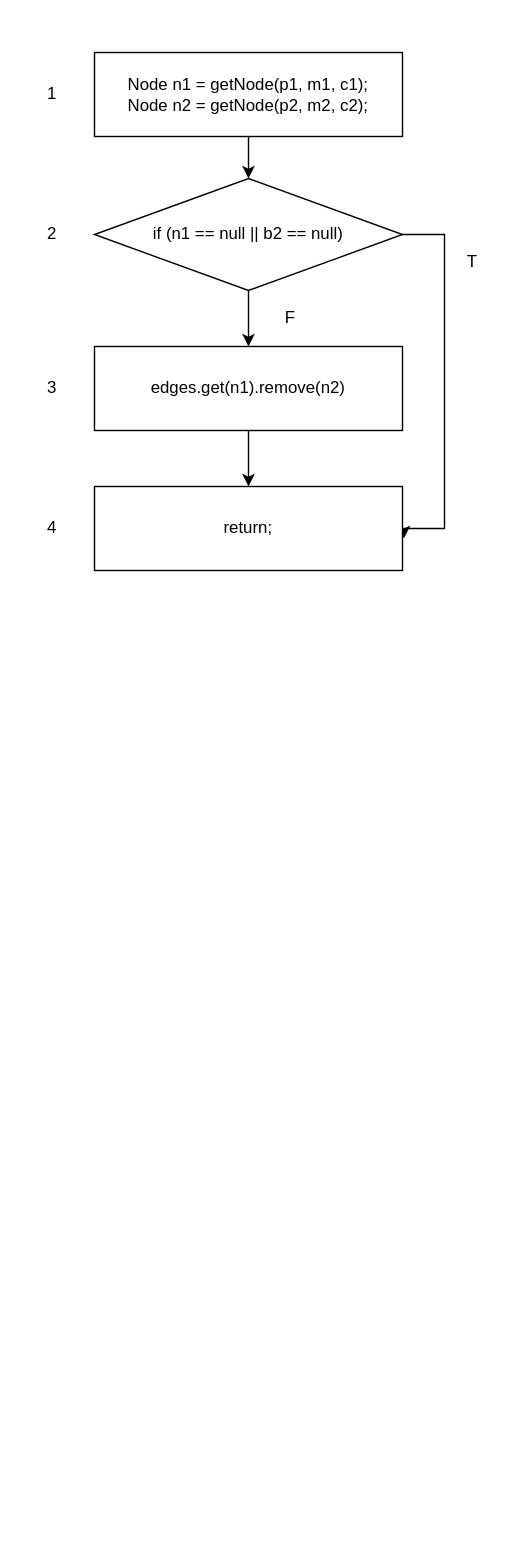
The draw.io diagram page "deleteEdge" (4 of 6) of proj1-skeleton/flowcharts/proj1.drawio in luke-jiang/CS_510, before the edit. Source tidied: cells renumbered, new cells numbered last; positions are measured from the earlier drawing's top-left corner, leaving out a move shared by most shapes. Both pictures are drawn from the tidied source at 140%, with x=0, y=0 at pixel (24, 52).
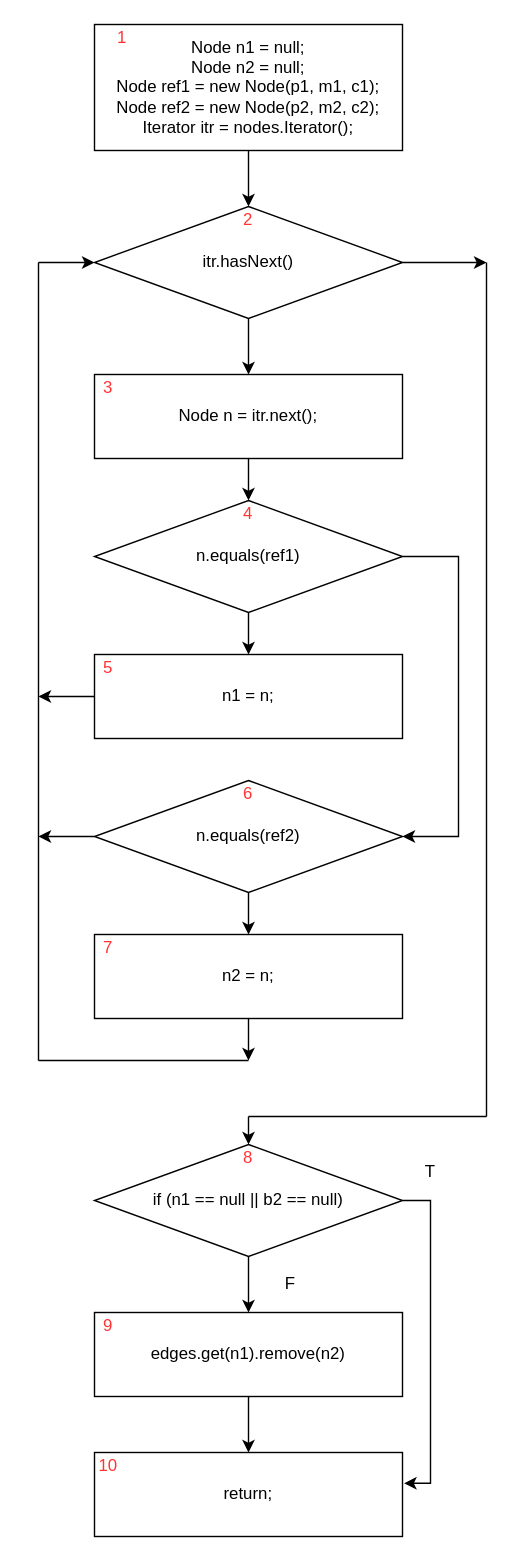
After the change.

What changed in the source:
```diff
@@
-    <mxCell id="2" style="edgeStyle=orthogonalEdgeStyle;rounded=0;jettySize=auto;html=1;exitX=0.5;exitY=1;exitDx=0;exitDy=0;entryX=0.5;entryY=0;entryDx=0;entryDy=0;" parent="1" edge="1" source="3" target="6">
-      <mxGeometry relative="1" as="geometry" />
+    <mxCell id="2" style="edgeStyle=orthogonalEdgeStyle;rounded=0;jettySize=auto;html=1;entryX=0.5;entryY=0;entryDx=0;entryDy=0;" parent="1" edge="1" target="6">
+      <mxGeometry relative="1" as="geometry">
+        <mxPoint x="160" y="760" as="sourcePoint" />
+      </mxGeometry>
     </mxCell>
-    <mxCell id="3" value="Node n1 = getNode(p1, m1, c1);&lt;br&gt;Node n2 = getNode(p2, m2, c2);" style="rounded=0;whiteSpace=wrap;html=1;" parent="1" vertex="1">
-      <mxGeometry x="50" width="220" height="60" as="geometry" />
-    </mxCell>
+    <mxCell id="5" style="edgeStyle=orthogonalEdgeStyle;rounded=0;jettySize=auto;html=1;exitX=0.5;exitY=1;exitDx=0;exitDy=0;entryX=0.5;entryY=0;entryDx=0;entryDy=0;" parent="1" edge="1" source="6" target="8">
+      <mxGeometry relative="1" as="geometry" />
+    </mxCell>
-    <mxCell id="4" style="edgeStyle=orthogonalEdgeStyle;rounded=0;jettySize=auto;html=1;exitX=1;exitY=0.5;exitDx=0;exitDy=0;entryX=1.005;entryY=0.617;entryDx=0;entryDy=0;entryPerimeter=0;" parent="1" edge="1" source="6" target="9">
+    <mxCell id="4" style="edgeStyle=orthogonalEdgeStyle;rounded=0;jettySize=auto;html=1;entryX=1.005;entryY=0.367;entryDx=0;entryDy=0;entryPerimeter=0;fontColor=#000000;" parent="1" edge="1" source="6" target="9">
       <mxGeometry relative="1" as="geometry">
         <Array as="points">
-          <mxPoint x="300" y="130" />
-          <mxPoint x="300" y="340" />
-          <mxPoint x="271" y="340" />
+          <mxPoint x="290" y="820" />
+          <mxPoint x="290" y="1022" />
         </Array>
       </mxGeometry>
     </mxCell>
-    <mxCell id="5" style="edgeStyle=orthogonalEdgeStyle;rounded=0;jettySize=auto;html=1;exitX=0.5;exitY=1;exitDx=0;exitDy=0;entryX=0.5;entryY=0;entryDx=0;entryDy=0;" parent="1" edge="1" source="6" target="8">
-      <mxGeometry relative="1" as="geometry" />
-    </mxCell>
     <mxCell id="6" value="if (n1 == null || b2 == null)" style="rhombus;whiteSpace=wrap;html=1;" parent="1" vertex="1">
-      <mxGeometry x="50" y="90" width="220" height="80" as="geometry" />
+      <mxGeometry x="50" y="780" width="220" height="80" as="geometry" />
     </mxCell>
@@
     <mxCell id="8" value="edges.get(n1).remove(n2)" style="rounded=0;whiteSpace=wrap;html=1;" parent="1" vertex="1">
-      <mxGeometry x="50" y="210" width="220" height="60" as="geometry" />
+      <mxGeometry x="50" y="900" width="220" height="60" as="geometry" />
     </mxCell>
     <mxCell id="9" value="return;" style="rounded=0;whiteSpace=wrap;html=1;" parent="1" vertex="1">
-      <mxGeometry x="50" y="310" width="220" height="60" as="geometry" />
+      <mxGeometry x="50" y="1000" width="220" height="60" as="geometry" />
     </mxCell>
+    <mxCell id="14" value="T" style="text;html=1;strokeColor=none;fillColor=none;align=center;verticalAlign=middle;whiteSpace=wrap;rounded=0;" parent="1" vertex="1">
+      <mxGeometry x="270" y="790" width="40" height="20" as="geometry" />
+    </mxCell>
+    <mxCell id="15" value="F" style="text;html=1;strokeColor=none;fillColor=none;align=center;verticalAlign=middle;whiteSpace=wrap;rounded=0;" parent="1" vertex="1">
+      <mxGeometry x="170" y="870" width="40" height="20" as="geometry" />
+    </mxCell>
+    <mxCell id="16" style="edgeStyle=orthogonalEdgeStyle;rounded=0;jettySize=auto;html=1;entryX=0.5;entryY=0;entryDx=0;entryDy=0;fontColor=#000000;" parent="1" edge="1" source="17" target="20">
+      <mxGeometry relative="1" as="geometry" />
+    </mxCell>
+    <mxCell id="17" value="Node n1 = null;&lt;br&gt;Node n2 = null;&lt;br&gt;Node ref1 = new Node(p1, m1, c1);&lt;br&gt;Node ref2 = new Node(p2, m2, c2);&lt;br&gt;Iterator itr = nodes.Iterator();" style="rounded=0;whiteSpace=wrap;html=1;fontColor=#000000;" parent="1" vertex="1">
+      <mxGeometry x="50" y="-20" width="220" height="90" as="geometry" />
+    </mxCell>
+    <mxCell id="18" style="edgeStyle=orthogonalEdgeStyle;rounded=0;jettySize=auto;html=1;fontColor=#000000;" parent="1" edge="1" source="20" target="22">
+      <mxGeometry relative="1" as="geometry" />
+    </mxCell>
+    <mxCell id="19" style="edgeStyle=orthogonalEdgeStyle;rounded=0;jettySize=auto;html=1;fontColor=#000000;" parent="1" edge="1" source="20">
+      <mxGeometry relative="1" as="geometry">
+        <mxPoint x="330" y="150" as="targetPoint" />
+      </mxGeometry>
+    </mxCell>
+    <mxCell id="20" value="itr.hasNext()" style="rhombus;whiteSpace=wrap;html=1;fontColor=#000000;" parent="1" vertex="1">
+      <mxGeometry x="50" y="110" width="220" height="80" as="geometry" />
+    </mxCell>
+    <mxCell id="21" style="edgeStyle=orthogonalEdgeStyle;rounded=0;jettySize=auto;html=1;entryX=0.5;entryY=0;entryDx=0;entryDy=0;fontColor=#000000;" parent="1" edge="1" source="22" target="25">
+      <mxGeometry relative="1" as="geometry" />
+    </mxCell>
+    <mxCell id="22" value="Node n = itr.next();" style="rounded=0;whiteSpace=wrap;html=1;fontColor=#000000;" parent="1" vertex="1">
+      <mxGeometry x="50" y="230" width="220" height="60" as="geometry" />
+    </mxCell>
+    <mxCell id="23" style="edgeStyle=orthogonalEdgeStyle;rounded=0;jettySize=auto;html=1;fontColor=#000000;" parent="1" edge="1" source="25" target="27">
+      <mxGeometry relative="1" as="geometry" />
+    </mxCell>
+    <mxCell id="24" style="edgeStyle=orthogonalEdgeStyle;rounded=0;jettySize=auto;html=1;fontColor=#000000;" parent="1" edge="1" source="25" target="30">
+      <mxGeometry relative="1" as="geometry">
+        <Array as="points">
+          <mxPoint x="310" y="360" />
+          <mxPoint x="310" y="560" />
+        </Array>
+      </mxGeometry>
+    </mxCell>
+    <mxCell id="25" value="n.equals(ref1)" style="rhombus;whiteSpace=wrap;html=1;fontColor=#000000;" parent="1" vertex="1">
+      <mxGeometry x="50" y="320" width="220" height="80" as="geometry" />
+    </mxCell>
+    <mxCell id="26" style="edgeStyle=orthogonalEdgeStyle;rounded=0;jettySize=auto;html=1;fontColor=#000000;" parent="1" edge="1" source="27">
+      <mxGeometry relative="1" as="geometry">
+        <mxPoint x="10" y="460" as="targetPoint" />
+      </mxGeometry>
+    </mxCell>
+    <mxCell id="27" value="n1 = n;" style="rounded=0;whiteSpace=wrap;html=1;fontColor=#000000;" parent="1" vertex="1">
+      <mxGeometry x="50" y="430" width="220" height="60" as="geometry" />
+    </mxCell>
+    <mxCell id="28" style="edgeStyle=orthogonalEdgeStyle;rounded=0;jettySize=auto;html=1;exitX=0.5;exitY=1;exitDx=0;exitDy=0;fontColor=#000000;" parent="1" edge="1" source="30" target="32">
+      <mxGeometry relative="1" as="geometry" />
+    </mxCell>
+    <mxCell id="29" style="edgeStyle=orthogonalEdgeStyle;rounded=0;jettySize=auto;html=1;fontColor=#000000;" parent="1" edge="1" source="30">
+      <mxGeometry relative="1" as="geometry">
+        <mxPoint x="10" y="560" as="targetPoint" />
+      </mxGeometry>
+    </mxCell>
+    <mxCell id="30" value="n.equals(ref2)" style="rhombus;whiteSpace=wrap;html=1;fontColor=#000000;" parent="1" vertex="1">
+      <mxGeometry x="50" y="520" width="220" height="80" as="geometry" />
+    </mxCell>
+    <mxCell id="31" style="edgeStyle=orthogonalEdgeStyle;rounded=0;jettySize=auto;html=1;exitX=0.5;exitY=1;exitDx=0;exitDy=0;fontColor=#000000;" parent="1" edge="1" source="32">
+      <mxGeometry relative="1" as="geometry">
+        <mxPoint x="160" y="720" as="targetPoint" />
+      </mxGeometry>
+    </mxCell>
+    <mxCell id="32" value="n2 = n;" style="rounded=0;whiteSpace=wrap;html=1;fontColor=#000000;" parent="1" vertex="1">
+      <mxGeometry x="50" y="630" width="220" height="60" as="geometry" />
+    </mxCell>
+    <mxCell id="33" style="endArrow=none;html=1;fontColor=#000000;" parent="1" edge="1">
+      <mxGeometry relative="1" as="geometry">
+        <mxPoint x="10" y="720" as="sourcePoint" />
+        <mxPoint x="10" y="150" as="targetPoint" />
+      </mxGeometry>
+    </mxCell>
+    <mxCell id="34" style="endArrow=classic;html=1;fontColor=#000000;" parent="1" edge="1" target="20">
+      <mxGeometry relative="1" as="geometry">
+        <mxPoint x="10" y="150" as="sourcePoint" />
+      </mxGeometry>
+    </mxCell>
+    <mxCell id="35" style="endArrow=none;html=1;fontColor=#000000;" parent="1" edge="1">
+      <mxGeometry relative="1" as="geometry">
+        <mxPoint x="10" y="720" as="sourcePoint" />
+        <mxPoint x="160" y="720" as="targetPoint" />
+      </mxGeometry>
+    </mxCell>
+    <mxCell id="36" style="endArrow=none;html=1;fontColor=#000000;" parent="1" edge="1">
+      <mxGeometry relative="1" as="geometry">
+        <mxPoint x="330" y="760" as="sourcePoint" />
+        <mxPoint x="330" y="150" as="targetPoint" />
+      </mxGeometry>
+    </mxCell>
+    <mxCell id="37" style="endArrow=none;html=1;fontColor=#000000;" parent="1" edge="1">
+      <mxGeometry relative="1" as="geometry">
+        <mxPoint x="160" y="760" as="sourcePoint" />
+        <mxPoint x="330" y="760" as="targetPoint" />
+      </mxGeometry>
+    </mxCell>
-    <mxCell id="10" value="1" style="text;html=1;strokeColor=none;fillColor=none;align=center;verticalAlign=middle;whiteSpace=wrap;rounded=0;" parent="1" vertex="1">
-      <mxGeometry y="20" width="40" height="20" as="geometry" />
+    <mxCell id="10" value="1" style="text;html=1;strokeColor=none;fillColor=none;align=center;verticalAlign=middle;whiteSpace=wrap;rounded=0;fontColor=#FF3333;" parent="1" vertex="1">
+      <mxGeometry x="50" y="-20" width="40" height="20" as="geometry" />
     </mxCell>
-    <mxCell id="11" value="2" style="text;html=1;strokeColor=none;fillColor=none;align=center;verticalAlign=middle;whiteSpace=wrap;rounded=0;" parent="1" vertex="1">
-      <mxGeometry y="120" width="40" height="20" as="geometry" />
+    <mxCell id="11" value="2" style="text;html=1;strokeColor=none;fillColor=none;align=center;verticalAlign=middle;whiteSpace=wrap;rounded=0;fontColor=#FF3333;" parent="1" vertex="1">
+      <mxGeometry x="140" y="110" width="40" height="20" as="geometry" />
     </mxCell>
-    <mxCell id="12" value="3" style="text;html=1;strokeColor=none;fillColor=none;align=center;verticalAlign=middle;whiteSpace=wrap;rounded=0;" parent="1" vertex="1">
-      <mxGeometry y="230" width="40" height="20" as="geometry" />
+    <mxCell id="12" value="3" style="text;html=1;strokeColor=none;fillColor=none;align=center;verticalAlign=middle;whiteSpace=wrap;rounded=0;fontColor=#FF3333;" parent="1" vertex="1">
+      <mxGeometry x="40" y="230" width="40" height="20" as="geometry" />
     </mxCell>
-    <mxCell id="13" value="4" style="text;html=1;strokeColor=none;fillColor=none;align=center;verticalAlign=middle;whiteSpace=wrap;rounded=0;" parent="1" vertex="1">
-      <mxGeometry y="330" width="40" height="20" as="geometry" />
+    <mxCell id="13" value="4" style="text;html=1;strokeColor=none;fillColor=none;align=center;verticalAlign=middle;whiteSpace=wrap;rounded=0;fontColor=#FF3333;" parent="1" vertex="1">
+      <mxGeometry x="140" y="320" width="40" height="20" as="geometry" />
     </mxCell>
-    <mxCell id="14" value="T" style="text;html=1;strokeColor=none;fillColor=none;align=center;verticalAlign=middle;whiteSpace=wrap;rounded=0;" parent="1" vertex="1">
-      <mxGeometry x="300" y="140" width="40" height="20" as="geometry" />
-    </mxCell>
-    <mxCell id="15" value="F" style="text;html=1;strokeColor=none;fillColor=none;align=center;verticalAlign=middle;whiteSpace=wrap;rounded=0;" parent="1" vertex="1">
-      <mxGeometry x="170" y="180" width="40" height="20" as="geometry" />
-    </mxCell>
+    <mxCell id="38" value="5" style="text;html=1;strokeColor=none;fillColor=none;align=center;verticalAlign=middle;whiteSpace=wrap;rounded=0;fontColor=#FF3333;" parent="1" vertex="1">
+      <mxGeometry x="40" y="430" width="40" height="20" as="geometry" />
+    </mxCell>
+    <mxCell id="39" value="6" style="text;html=1;strokeColor=none;fillColor=none;align=center;verticalAlign=middle;whiteSpace=wrap;rounded=0;fontColor=#FF3333;" parent="1" vertex="1">
+      <mxGeometry x="140" y="520" width="40" height="20" as="geometry" />
+    </mxCell>
+    <mxCell id="40" value="7" style="text;html=1;strokeColor=none;fillColor=none;align=center;verticalAlign=middle;whiteSpace=wrap;rounded=0;fontColor=#FF3333;" parent="1" vertex="1">
+      <mxGeometry x="40" y="630" width="40" height="20" as="geometry" />
+    </mxCell>
+    <mxCell id="41" value="8" style="text;html=1;strokeColor=none;fillColor=none;align=center;verticalAlign=middle;whiteSpace=wrap;rounded=0;fontColor=#FF3333;" parent="1" vertex="1">
+      <mxGeometry x="140" y="780" width="40" height="20" as="geometry" />
+    </mxCell>
+    <mxCell id="42" value="9" style="text;html=1;strokeColor=none;fillColor=none;align=center;verticalAlign=middle;whiteSpace=wrap;rounded=0;fontColor=#FF3333;" parent="1" vertex="1">
+      <mxGeometry x="40" y="900" width="40" height="20" as="geometry" />
+    </mxCell>
+    <mxCell id="43" value="10" style="text;html=1;strokeColor=none;fillColor=none;align=center;verticalAlign=middle;whiteSpace=wrap;rounded=0;fontColor=#FF3333;" parent="1" vertex="1">
+      <mxGeometry x="40" y="1000" width="40" height="20" as="geometry" />
+    </mxCell>
```
